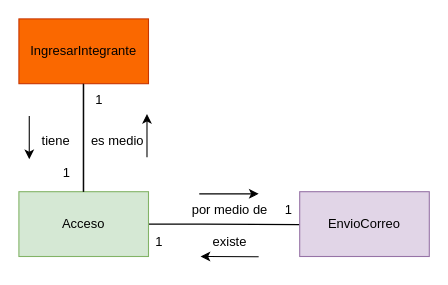
Before: page "AnemicModelAccess" (14 of 17) of CoTasker_BoundedContext.drawio in Migue1409-KP/DOO-working-group, a draw.io diagram. Source tidied: cells renumbered, new cells numbered last; positions are measured from the earlier drawing's top-left corner, leaving out a move shared by most shapes. Both pictures are drawn from the tidied source at 108%, with x=0, y=0 at pixel (18, 18).
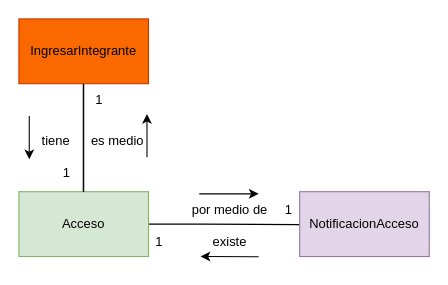
The same diagram, later.

Diff of the diagram source:
```diff
@@
-    <mxCell id="4" value="EnvioCorreo" style="rounded=0;whiteSpace=wrap;html=1;fillColor=#e1d5e7;strokeColor=#9673a6;" parent="1" vertex="1">
+    <mxCell id="4" value="NotificacionAcceso" style="rounded=0;whiteSpace=wrap;html=1;fillColor=#e1d5e7;strokeColor=#9673a6;" parent="1" vertex="1">
       <mxGeometry x="260" y="160" width="120" height="60" as="geometry" />
     </mxCell>
```
